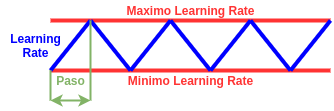
This is paper/imagenes/cyclical_lr.png from kisbye/Tesis, a draw.io export, as it was before one commit. Source tidied: cells renumbered, new cells last; positions are measured from the earlier drawing's top-left corner, leaving out a move shared by most shapes. Its diagram source:
```xml
<mxGraphModel>
  <root>
    <mxCell id="0" />
    <mxCell id="1" parent="0" />
    <mxCell id="2" style="endArrow=none;html=1;strokeWidth=4;strokeColor=#FF3333;" parent="1" edge="1">
      <mxGeometry relative="1" as="geometry">
        <mxPoint x="50" y="20" as="sourcePoint" />
        <mxPoint x="330" y="20" as="targetPoint" />
      </mxGeometry>
    </mxCell>
    <mxCell id="3" style="endArrow=none;html=1;strokeWidth=4;strokeColor=#FF3333;" parent="1" edge="1">
      <mxGeometry relative="1" as="geometry">
        <mxPoint x="50" y="70" as="sourcePoint" />
        <mxPoint x="330" y="70" as="targetPoint" />
      </mxGeometry>
    </mxCell>
    <mxCell id="4" value="&lt;font color=&quot;#ff3333&quot;&gt;&lt;b&gt;Maximo Learning Rate&lt;/b&gt;&lt;/font&gt;" style="text;html=1;align=center;verticalAlign=middle;fillColor=none;strokeColor=none;rounded=0;" parent="1" vertex="1">
      <mxGeometry x="120" width="140" height="20" as="geometry" />
    </mxCell>
    <mxCell id="5" value="&lt;font color=&quot;#ff3333&quot;&gt;&lt;b&gt;Minimo Learning Rate&lt;/b&gt;&lt;/font&gt;" style="text;html=1;align=center;verticalAlign=middle;fillColor=none;strokeColor=none;rounded=0;" parent="1" vertex="1">
      <mxGeometry x="120" y="70" width="140" height="20" as="geometry" />
    </mxCell>
    <mxCell id="6" style="endArrow=none;html=1;strokeColor=#0000FF;strokeWidth=4;" parent="1" edge="1">
      <mxGeometry relative="1" as="geometry">
        <mxPoint x="50" y="70" as="sourcePoint" />
        <mxPoint x="90" y="20" as="targetPoint" />
      </mxGeometry>
    </mxCell>
    <mxCell id="7" style="endArrow=none;html=1;strokeColor=#0000FF;strokeWidth=4;" parent="1" edge="1">
      <mxGeometry relative="1" as="geometry">
        <mxPoint x="90" y="20" as="sourcePoint" />
        <mxPoint x="130" y="70" as="targetPoint" />
      </mxGeometry>
    </mxCell>
    <mxCell id="8" style="endArrow=none;html=1;strokeColor=#0000FF;strokeWidth=4;" parent="1" edge="1">
      <mxGeometry relative="1" as="geometry">
        <mxPoint x="130" y="70" as="sourcePoint" />
        <mxPoint x="170" y="20" as="targetPoint" />
      </mxGeometry>
    </mxCell>
    <mxCell id="9" style="endArrow=none;html=1;strokeColor=#0000FF;strokeWidth=4;" parent="1" edge="1">
      <mxGeometry relative="1" as="geometry">
        <mxPoint x="170" y="20" as="sourcePoint" />
        <mxPoint x="210" y="70" as="targetPoint" />
      </mxGeometry>
    </mxCell>
    <mxCell id="10" style="endArrow=none;html=1;strokeColor=#0000FF;strokeWidth=4;" parent="1" edge="1">
      <mxGeometry relative="1" as="geometry">
        <mxPoint x="210" y="70" as="sourcePoint" />
        <mxPoint x="250" y="20" as="targetPoint" />
      </mxGeometry>
    </mxCell>
    <mxCell id="11" style="endArrow=none;html=1;strokeColor=#0000FF;strokeWidth=4;" parent="1" edge="1">
      <mxGeometry relative="1" as="geometry">
        <mxPoint x="290" y="70" as="sourcePoint" />
        <mxPoint x="330" y="20" as="targetPoint" />
      </mxGeometry>
    </mxCell>
    <mxCell id="12" style="endArrow=none;html=1;strokeColor=#0000FF;strokeWidth=4;" parent="1" edge="1">
      <mxGeometry relative="1" as="geometry">
        <mxPoint x="250" y="20" as="sourcePoint" />
        <mxPoint x="290" y="70" as="targetPoint" />
      </mxGeometry>
    </mxCell>
    <mxCell id="13" style="endArrow=none;html=1;strokeColor=#82B366;strokeWidth=2;fillColor=#d5e8d4;" parent="1" edge="1">
      <mxGeometry relative="1" as="geometry">
        <mxPoint x="90" y="100" as="sourcePoint" />
        <mxPoint x="90" y="20" as="targetPoint" />
      </mxGeometry>
    </mxCell>
    <mxCell id="14" style="endArrow=none;html=1;strokeColor=#82b366;strokeWidth=2;fillColor=#d5e8d4;" parent="1" edge="1">
      <mxGeometry relative="1" as="geometry">
        <mxPoint x="50" y="100" as="sourcePoint" />
        <mxPoint x="50" y="70" as="targetPoint" />
      </mxGeometry>
    </mxCell>
    <mxCell id="15" style="endArrow=classic;startArrow=classic;html=1;strokeColor=#82b366;strokeWidth=2;fillColor=#d5e8d4;" parent="1" edge="1">
      <mxGeometry relative="1" as="geometry">
        <mxPoint x="50" y="100" as="sourcePoint" />
        <mxPoint x="90" y="100" as="targetPoint" />
      </mxGeometry>
    </mxCell>
    <mxCell id="16" value="&lt;b&gt;&lt;font color=&quot;#82b366&quot;&gt;Paso&lt;/font&gt;&lt;/b&gt;" style="text;html=1;align=center;verticalAlign=middle;fillColor=none;strokeColor=none;rounded=0;" parent="1" vertex="1">
      <mxGeometry x="50" y="70" width="40" height="20" as="geometry" />
    </mxCell>
    <mxCell id="17" value="&lt;font color=&quot;#0000ff&quot;&gt;&lt;b&gt;Learning&lt;br&gt;Rate&lt;/b&gt;&lt;/font&gt;" style="text;html=1;align=center;verticalAlign=middle;fillColor=none;strokeColor=none;rounded=0;" parent="1" vertex="1">
      <mxGeometry y="30" width="70" height="30" as="geometry" />
    </mxCell>
  </root>
</mxGraphModel>
```
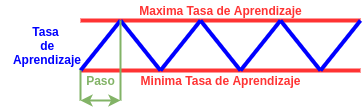
Later version of the same file.

What changed in the source:
```diff
@@ -14,11 +14,11 @@
         <mxPoint x="330" y="70" as="targetPoint" />
       </mxGeometry>
     </mxCell>
-    <mxCell id="4" value="&lt;font color=&quot;#ff3333&quot;&gt;&lt;b&gt;Maximo Learning Rate&lt;/b&gt;&lt;/font&gt;" style="text;html=1;align=center;verticalAlign=middle;fillColor=none;strokeColor=none;rounded=0;" parent="1" vertex="1">
-      <mxGeometry x="120" width="140" height="20" as="geometry" />
+    <mxCell id="4" value="&lt;font color=&quot;#ff3333&quot;&gt;&lt;b&gt;Maxim&lt;/b&gt;&lt;/font&gt;&lt;b style=&quot;color: rgb(255 , 51 , 51)&quot;&gt;a Tasa de Aprendizaje&lt;/b&gt;" style="text;html=1;align=center;verticalAlign=middle;fillColor=none;strokeColor=none;rounded=0;" parent="1" vertex="1">
+      <mxGeometry x="100" width="180" height="20" as="geometry" />
     </mxCell>
-    <mxCell id="5" value="&lt;font color=&quot;#ff3333&quot;&gt;&lt;b&gt;Minimo Learning Rate&lt;/b&gt;&lt;/font&gt;" style="text;html=1;align=center;verticalAlign=middle;fillColor=none;strokeColor=none;rounded=0;" parent="1" vertex="1">
-      <mxGeometry x="120" y="70" width="140" height="20" as="geometry" />
+    <mxCell id="5" value="&lt;font color=&quot;#ff3333&quot;&gt;&lt;b&gt;Minima Tasa de Aprendizaje&lt;/b&gt;&lt;/font&gt;" style="text;html=1;align=center;verticalAlign=middle;fillColor=none;strokeColor=none;rounded=0;" parent="1" vertex="1">
+      <mxGeometry x="105" y="70" width="170" height="20" as="geometry" />
     </mxCell>
     <mxCell id="6" style="endArrow=none;html=1;strokeColor=#0000FF;strokeWidth=4;" parent="1" edge="1">
       <mxGeometry relative="1" as="geometry">
@@ -83,8 +83,8 @@
     <mxCell id="16" value="&lt;b&gt;&lt;font color=&quot;#82b366&quot;&gt;Paso&lt;/font&gt;&lt;/b&gt;" style="text;html=1;align=center;verticalAlign=middle;fillColor=none;strokeColor=none;rounded=0;" parent="1" vertex="1">
       <mxGeometry x="50" y="70" width="40" height="20" as="geometry" />
     </mxCell>
-    <mxCell id="17" value="&lt;font color=&quot;#0000ff&quot;&gt;&lt;b&gt;Learning&lt;br&gt;Rate&lt;/b&gt;&lt;/font&gt;" style="text;html=1;align=center;verticalAlign=middle;fillColor=none;strokeColor=none;rounded=0;" parent="1" vertex="1">
-      <mxGeometry y="30" width="70" height="30" as="geometry" />
+    <mxCell id="17" value="&lt;font color=&quot;#0000ff&quot;&gt;&lt;b&gt;Tasa&lt;br&gt;&amp;nbsp;de&lt;br&gt;&amp;nbsp;Aprendizaje&lt;/b&gt;&lt;/font&gt;" style="text;html=1;align=center;verticalAlign=middle;fillColor=none;strokeColor=none;rounded=0;" parent="1" vertex="1">
+      <mxGeometry x="-30" y="20" width="90" height="50" as="geometry" />
     </mxCell>
   </root>
 </mxGraphModel>
```
